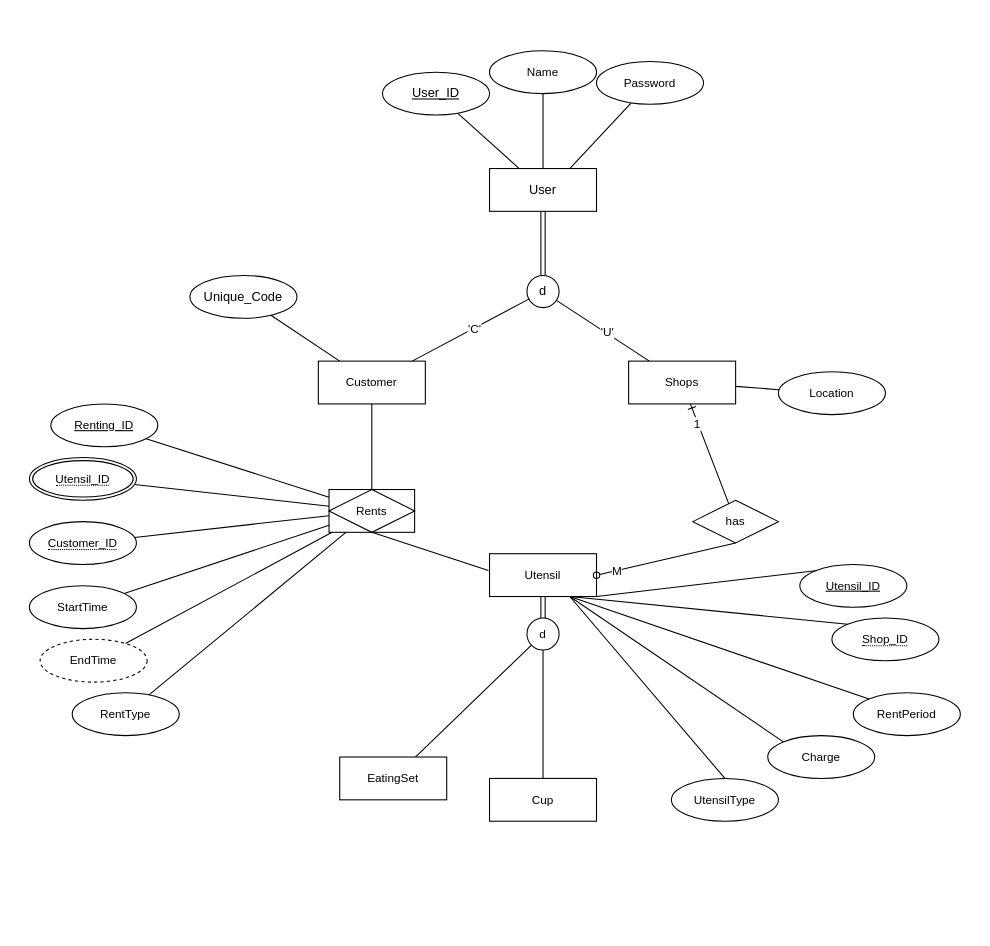
tp12356twNccu/OOP_1122_finalProject_Group12 keeps this draw.io diagram as page "Page-1" (1 of 3) of ERD.drawio. Above is the earlier version. Source tidied: cells renumbered, new cells numbered last; positions are measured from the earlier drawing's top-left corner, leaving out a move shared by most shapes. Both pictures are drawn from the tidied source at 107%, with x=0, y=0 at pixel (29, 50).
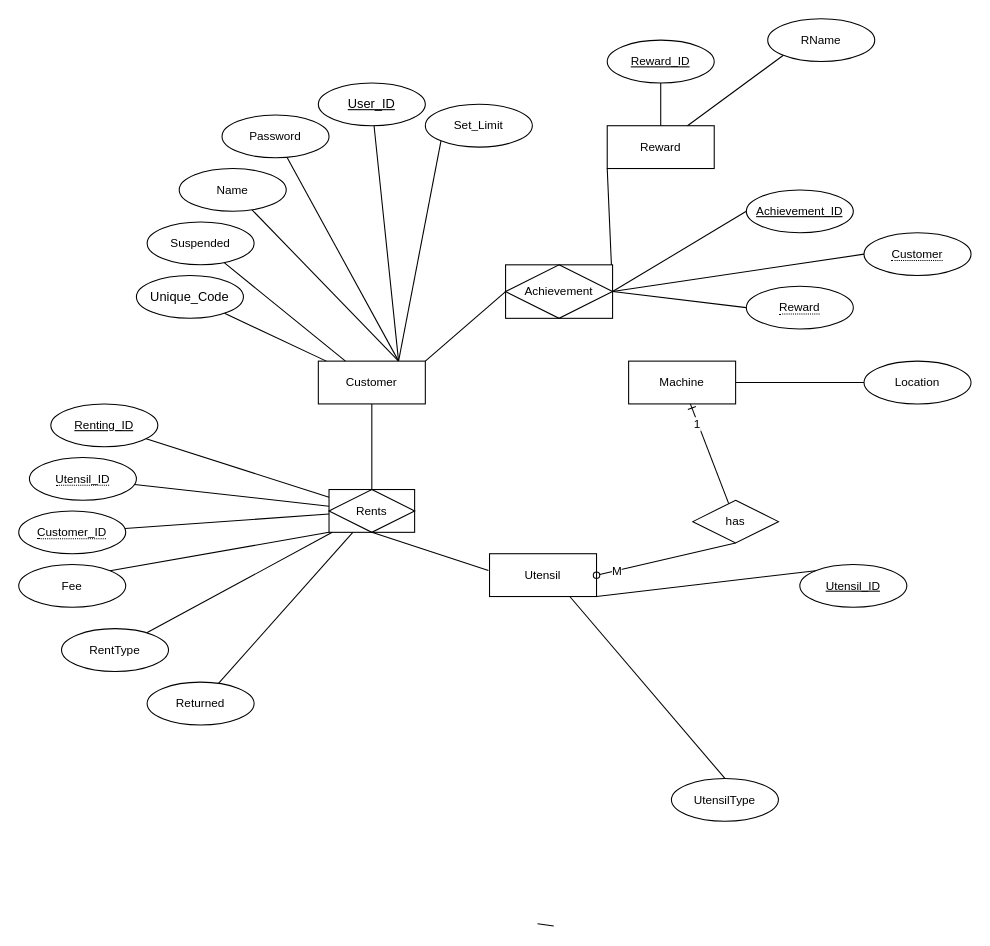
Above is the later version.

The change refers to these unchanged cells:
```xml
<mxCell id="14" value="Customer" style="whiteSpace=wrap;html=1;align=center;fontFamily=Helvetica;fontSize=11;fontColor=default;labelBackgroundColor=default;" parent="1" vertex="1">
  <mxGeometry x="270" y="290" width="100" height="40" as="geometry" />
</mxCell>
<mxCell id="19" value="Utensil" style="whiteSpace=wrap;html=1;align=center;fontFamily=Helvetica;fontSize=11;fontColor=default;labelBackgroundColor=default;" parent="1" vertex="1">
  <mxGeometry x="430" y="470" width="100" height="40" as="geometry" />
</mxCell>
<mxCell id="31" value="Rents" style="shape=associativeEntity;whiteSpace=wrap;html=1;align=center;fontFamily=Helvetica;fontSize=11;fontColor=default;labelBackgroundColor=default;" parent="1" vertex="1">
  <mxGeometry x="280" y="410" width="80" height="40" as="geometry" />
</mxCell>
```

The edit, as a diff of the source:
```diff
@@
-    <mxCell id="2" style="edgeStyle=none;rounded=0;jettySize=auto;html=1;strokeColor=default;align=center;verticalAlign=middle;fontFamily=Helvetica;fontSize=11;fontColor=default;labelBackgroundColor=default;endArrow=none;endFill=0;shape=link;" parent="1" edge="1" source="3" target="10">
-      <mxGeometry relative="1" as="geometry" />
-    </mxCell>
-    <mxCell id="3" value="User" style="whiteSpace=wrap;html=1;align=center;" parent="1" vertex="1">
-      <mxGeometry x="430" y="110" width="100" height="40" as="geometry" />
-    </mxCell>
-    <mxCell id="4" style="rounded=0;jettySize=auto;html=1;endArrow=none;endFill=0;" parent="1" edge="1" source="5" target="3">
+    <mxCell id="4" style="rounded=0;jettySize=auto;html=1;endArrow=none;endFill=0;entryX=0.75;entryY=0;entryDx=0;entryDy=0;" parent="1" edge="1" source="5" target="14">
       <mxGeometry relative="1" as="geometry" />
     </mxCell>
     <mxCell id="5" value="&lt;u&gt;User_ID&lt;/u&gt;" style="ellipse;whiteSpace=wrap;html=1;align=center;" parent="1" vertex="1">
-      <mxGeometry x="330" y="20" width="100" height="40" as="geometry" />
+      <mxGeometry x="270" y="30" width="100" height="40" as="geometry" />
     </mxCell>
-    <mxCell id="6" style="edgeStyle=none;rounded=0;jettySize=auto;html=1;strokeColor=default;align=center;verticalAlign=middle;fontFamily=Helvetica;fontSize=11;fontColor=default;labelBackgroundColor=default;endArrow=none;endFill=0;" parent="1" edge="1" source="7" target="3">
+    <mxCell id="6" style="edgeStyle=none;rounded=0;jettySize=auto;html=1;strokeColor=default;align=center;verticalAlign=middle;fontFamily=Helvetica;fontSize=11;fontColor=default;labelBackgroundColor=default;endArrow=none;endFill=0;entryX=0.75;entryY=0;entryDx=0;entryDy=0;" parent="1" edge="1" source="7" target="14">
       <mxGeometry relative="1" as="geometry" />
     </mxCell>
     <mxCell id="7" value="Name" style="ellipse;whiteSpace=wrap;html=1;align=center;fontFamily=Helvetica;fontSize=11;fontColor=default;labelBackgroundColor=default;" parent="1" vertex="1">
-      <mxGeometry x="430" width="100" height="40" as="geometry" />
+      <mxGeometry x="140" y="110" width="100" height="40" as="geometry" />
     </mxCell>
-    <mxCell id="8" style="edgeStyle=none;rounded=0;jettySize=auto;html=1;strokeColor=default;align=center;verticalAlign=middle;fontFamily=Helvetica;fontSize=11;fontColor=default;labelBackgroundColor=default;endArrow=none;endFill=0;entryX=0.75;entryY=0;entryDx=0;entryDy=0;" parent="1" edge="1" source="9" target="3">
+    <mxCell id="8" style="edgeStyle=none;rounded=0;jettySize=auto;html=1;strokeColor=default;align=center;verticalAlign=middle;fontFamily=Helvetica;fontSize=11;fontColor=default;labelBackgroundColor=default;endArrow=none;endFill=0;entryX=0.75;entryY=0;entryDx=0;entryDy=0;" parent="1" edge="1" source="9" target="14">
       <mxGeometry relative="1" as="geometry" />
     </mxCell>
     <mxCell id="9" value="Password" style="ellipse;whiteSpace=wrap;html=1;align=center;fontFamily=Helvetica;fontSize=11;fontColor=default;labelBackgroundColor=default;" parent="1" vertex="1">
-      <mxGeometry x="530" y="10" width="100" height="40" as="geometry" />
+      <mxGeometry x="180" y="60" width="100" height="40" as="geometry" />
     </mxCell>
-    <mxCell id="10" value="d" style="ellipse;whiteSpace=wrap;html=1;" parent="1" vertex="1">
-      <mxGeometry x="465" y="210" width="30" height="30" as="geometry" />
-    </mxCell>
-    <mxCell id="11" style="edgeStyle=none;rounded=0;jettySize=auto;html=1;strokeColor=default;align=center;verticalAlign=middle;fontFamily=Helvetica;fontSize=11;fontColor=default;labelBackgroundColor=default;endArrow=none;endFill=0;" parent="1" edge="1" source="14" target="10">
-      <mxGeometry relative="1" as="geometry" />
-    </mxCell>
-    <mxCell id="12" value="'C'" style="edgeLabel;html=1;align=center;verticalAlign=middle;fontFamily=Helvetica;fontSize=11;fontColor=default;labelBackgroundColor=default;" parent="11" vertex="1">
-      <mxGeometry x="0.07" relative="1" as="geometry" />
-    </mxCell>
@@
+    <mxCell id="59" style="edgeStyle=none;rounded=0;jettySize=auto;html=1;exitX=1;exitY=0;exitDx=0;exitDy=0;entryX=0;entryY=0.5;entryDx=0;entryDy=0;strokeColor=default;align=center;verticalAlign=middle;fontFamily=Helvetica;fontSize=11;fontColor=default;labelBackgroundColor=default;endArrow=none;endFill=0;" parent="1" edge="1" source="14" target="70">
+      <mxGeometry relative="1" as="geometry" />
+    </mxCell>
@@
-    <mxCell id="15" style="edgeStyle=none;rounded=0;jettySize=auto;html=1;strokeColor=default;align=center;verticalAlign=middle;fontFamily=Helvetica;fontSize=11;fontColor=default;labelBackgroundColor=default;endArrow=none;endFill=0;" parent="1" edge="1" source="16" target="10">
-      <mxGeometry relative="1" as="geometry" />
-    </mxCell>
-    <mxCell id="16" value="Shops" style="whiteSpace=wrap;html=1;align=center;fontFamily=Helvetica;fontSize=11;fontColor=default;labelBackgroundColor=default;" parent="1" vertex="1">
+    <mxCell id="16" value="Machine" style="whiteSpace=wrap;html=1;align=center;fontFamily=Helvetica;fontSize=11;fontColor=default;labelBackgroundColor=default;" parent="1" vertex="1">
       <mxGeometry x="560" y="290" width="100" height="40" as="geometry" />
     </mxCell>
-    <mxCell id="17" style="edgeStyle=none;rounded=0;jettySize=auto;html=1;strokeColor=default;align=center;verticalAlign=middle;fontFamily=Helvetica;fontSize=11;fontColor=default;labelBackgroundColor=default;endArrow=none;endFill=0;shape=link;" parent="1" edge="1" source="19" target="20">
-      <mxGeometry relative="1" as="geometry" />
-    </mxCell>
-    <mxCell id="18" style="edgeStyle=none;rounded=0;jettySize=auto;html=1;exitX=0.75;exitY=1;exitDx=0;exitDy=0;entryX=0;entryY=0;entryDx=0;entryDy=0;strokeColor=default;align=center;verticalAlign=middle;fontFamily=Helvetica;fontSize=11;fontColor=default;labelBackgroundColor=default;endArrow=none;endFill=0;" parent="1" edge="1" source="19" target="41">
-      <mxGeometry relative="1" as="geometry" />
-    </mxCell>
@@
-    <mxCell id="20" value="d" style="ellipse;whiteSpace=wrap;html=1;fontSize=11;labelBackgroundColor=default;" parent="1" vertex="1">
-      <mxGeometry x="465" y="530" width="30" height="30" as="geometry" />
-    </mxCell>
-    <mxCell id="21" style="edgeStyle=none;rounded=0;jettySize=auto;html=1;strokeColor=default;align=center;verticalAlign=middle;fontFamily=Helvetica;fontSize=11;fontColor=default;labelBackgroundColor=default;endArrow=none;endFill=0;" parent="1" edge="1" source="22" target="20">
-      <mxGeometry relative="1" as="geometry" />
-    </mxCell>
-    <mxCell id="22" value="EatingSet" style="whiteSpace=wrap;html=1;align=center;fontFamily=Helvetica;fontSize=11;fontColor=default;labelBackgroundColor=default;" parent="1" vertex="1">
-      <mxGeometry x="290" y="660" width="100" height="40" as="geometry" />
-    </mxCell>
-    <mxCell id="23" style="edgeStyle=none;rounded=0;jettySize=auto;html=1;strokeColor=default;align=center;verticalAlign=middle;fontFamily=Helvetica;fontSize=11;fontColor=default;labelBackgroundColor=default;endArrow=none;endFill=0;" parent="1" edge="1" source="24" target="20">
-      <mxGeometry relative="1" as="geometry" />
-    </mxCell>
-    <mxCell id="24" value="Cup" style="whiteSpace=wrap;html=1;align=center;fontFamily=Helvetica;fontSize=11;fontColor=default;labelBackgroundColor=default;" parent="1" vertex="1">
-      <mxGeometry x="430" y="680" width="100" height="40" as="geometry" />
-    </mxCell>
-    <mxCell id="25" style="edgeStyle=none;rounded=0;orthogonalLoop=1;jettySize=auto;html=1;exitX=0.5;exitY=0;exitDx=0;exitDy=0;strokeColor=default;align=center;verticalAlign=middle;fontFamily=Helvetica;fontSize=11;fontColor=default;labelBackgroundColor=default;endArrow=none;endFill=0;" parent="1" edge="1" source="24" target="24">
-      <mxGeometry relative="1" as="geometry" />
-    </mxCell>
@@
-    <mxCell id="33" style="edgeStyle=none;rounded=0;jettySize=auto;html=1;strokeColor=default;align=center;verticalAlign=middle;fontFamily=Helvetica;fontSize=11;fontColor=default;labelBackgroundColor=default;endArrow=none;endFill=0;" parent="1" edge="1" source="34" target="31">
-      <mxGeometry relative="1" as="geometry" />
-    </mxCell>
-    <mxCell id="34" value="StartTime" style="ellipse;whiteSpace=wrap;html=1;align=center;fontFamily=Helvetica;fontSize=11;fontColor=default;labelBackgroundColor=default;" parent="1" vertex="1">
-      <mxGeometry y="500" width="100" height="40" as="geometry" />
-    </mxCell>
-    <mxCell id="35" style="edgeStyle=none;rounded=0;jettySize=auto;html=1;strokeColor=default;align=center;verticalAlign=middle;fontFamily=Helvetica;fontSize=11;fontColor=default;labelBackgroundColor=default;endArrow=none;endFill=0;" parent="1" edge="1" source="36" target="31">
-      <mxGeometry relative="1" as="geometry" />
-    </mxCell>
-    <mxCell id="36" value="EndTime" style="whiteSpace=wrap;html=1;align=center;fontFamily=Helvetica;fontSize=11;fontColor=default;labelBackgroundColor=default;shape=ellipse;perimeter=ellipsePerimeter;dashed=1;" parent="1" vertex="1">
-      <mxGeometry x="10" y="550" width="100" height="40" as="geometry" />
-    </mxCell>
@@
-    <mxCell id="41" value="&lt;span style=&quot;border-bottom: 1px dotted&quot;&gt;Shop_ID&lt;/span&gt;" style="ellipse;whiteSpace=wrap;html=1;align=center;fontFamily=Helvetica;fontSize=11;fontColor=default;labelBackgroundColor=default;" parent="1" vertex="1">
-      <mxGeometry x="750" y="530" width="100" height="40" as="geometry" />
-    </mxCell>
-    <mxCell id="42" style="edgeStyle=none;rounded=0;jettySize=auto;html=1;exitX=0;exitY=0;exitDx=0;exitDy=0;entryX=0.75;entryY=1;entryDx=0;entryDy=0;strokeColor=default;align=center;verticalAlign=middle;fontFamily=Helvetica;fontSize=11;fontColor=default;labelBackgroundColor=default;endArrow=none;endFill=0;" parent="1" edge="1" source="43" target="19">
-      <mxGeometry relative="1" as="geometry" />
-    </mxCell>
-    <mxCell id="43" value="RentPeriod" style="ellipse;whiteSpace=wrap;html=1;align=center;fontFamily=Helvetica;fontSize=11;fontColor=default;labelBackgroundColor=default;" parent="1" vertex="1">
-      <mxGeometry x="770" y="600" width="100" height="40" as="geometry" />
-    </mxCell>
@@
-    <mxCell id="45" value="&lt;span style=&quot;border-bottom: 1px dotted&quot;&gt;Utensil_ID&lt;/span&gt;" style="whiteSpace=wrap;html=1;align=center;fontFamily=Helvetica;fontSize=11;fontColor=default;labelBackgroundColor=default;shape=doubleEllipse;perimeter=ellipsePerimeter;margin=3;" parent="1" vertex="1">
+    <mxCell id="45" value="&lt;span style=&quot;border-bottom: 1px dotted&quot;&gt;Utensil_ID&lt;/span&gt;" style="whiteSpace=wrap;html=1;align=center;fontFamily=Helvetica;fontSize=11;fontColor=default;labelBackgroundColor=default;shape=ellipse;margin=3;perimeter=ellipsePerimeter;" parent="1" vertex="1">
       <mxGeometry y="380" width="100" height="40" as="geometry" />
     </mxCell>
@@
     <mxCell id="47" value="&lt;span style=&quot;border-bottom: 1px dotted&quot;&gt;Customer_ID&lt;/span&gt;" style="ellipse;whiteSpace=wrap;html=1;align=center;fontFamily=Helvetica;fontSize=11;fontColor=default;labelBackgroundColor=default;" parent="1" vertex="1">
-      <mxGeometry y="440" width="100" height="40" as="geometry" />
+      <mxGeometry x="-10" y="430" width="100" height="40" as="geometry" />
     </mxCell>
@@
     <mxCell id="49" value="RentType" style="ellipse;whiteSpace=wrap;html=1;align=center;fontFamily=Helvetica;fontSize=11;fontColor=default;labelBackgroundColor=default;" parent="1" vertex="1">
-      <mxGeometry x="40" y="600" width="100" height="40" as="geometry" />
+      <mxGeometry x="30" y="540" width="100" height="40" as="geometry" />
     </mxCell>
-    <mxCell id="50" style="edgeStyle=none;rounded=0;jettySize=auto;html=1;exitX=0;exitY=0;exitDx=0;exitDy=0;entryX=0.75;entryY=1;entryDx=0;entryDy=0;strokeColor=default;align=center;verticalAlign=middle;fontFamily=Helvetica;fontSize=11;fontColor=default;labelBackgroundColor=default;endArrow=none;endFill=0;" parent="1" edge="1" source="51" target="19">
-      <mxGeometry relative="1" as="geometry" />
-    </mxCell>
-    <mxCell id="51" value="Charge" style="ellipse;whiteSpace=wrap;html=1;align=center;fontFamily=Helvetica;fontSize=11;fontColor=default;labelBackgroundColor=default;" parent="1" vertex="1">
-      <mxGeometry x="690" y="640" width="100" height="40" as="geometry" />
-    </mxCell>
@@
     <mxCell id="55" value="Location" style="ellipse;whiteSpace=wrap;html=1;align=center;fontFamily=Helvetica;fontSize=11;fontColor=default;labelBackgroundColor=default;" parent="1" vertex="1">
-      <mxGeometry x="700" y="300" width="100" height="40" as="geometry" />
+      <mxGeometry x="780" y="290" width="100" height="40" as="geometry" />
     </mxCell>
-    <mxCell id="56" value="'U'" style="text;html=1;align=center;verticalAlign=middle;strokeColor=none;fillColor=none;fontFamily=Helvetica;fontSize=11;fontColor=default;labelBackgroundColor=default;" parent="1" vertex="1">
-      <mxGeometry x="520" y="248" width="40" height="30" as="geometry" />
-    </mxCell>
@@
     <mxCell id="58" value="Unique_Code" style="ellipse;whiteSpace=wrap;html=1;align=center;" parent="1" vertex="1">
-      <mxGeometry x="150" y="210" width="100" height="40" as="geometry" />
+      <mxGeometry x="100" y="210" width="100" height="40" as="geometry" />
     </mxCell>
+    <mxCell id="60" style="edgeStyle=none;rounded=0;jettySize=auto;html=1;strokeColor=default;align=center;verticalAlign=middle;fontFamily=Helvetica;fontSize=11;fontColor=default;labelBackgroundColor=default;endArrow=none;endFill=0;" parent="1" edge="1" source="61" target="14">
+      <mxGeometry relative="1" as="geometry" />
+    </mxCell>
+    <mxCell id="61" value="Suspended" style="ellipse;whiteSpace=wrap;html=1;align=center;fontFamily=Helvetica;fontSize=11;fontColor=default;labelBackgroundColor=default;" parent="1" vertex="1">
+      <mxGeometry x="110" y="160" width="100" height="40" as="geometry" />
+    </mxCell>
+    <mxCell id="62" style="edgeStyle=none;rounded=0;jettySize=auto;html=1;exitX=1;exitY=0;exitDx=0;exitDy=0;entryX=0;entryY=1;entryDx=0;entryDy=0;strokeColor=default;align=center;verticalAlign=middle;fontFamily=Helvetica;fontSize=11;fontColor=default;labelBackgroundColor=default;endArrow=none;endFill=0;" parent="1" edge="1" source="63" target="31">
+      <mxGeometry relative="1" as="geometry" />
+    </mxCell>
+    <mxCell id="63" value="Fee" style="ellipse;whiteSpace=wrap;html=1;align=center;fontFamily=Helvetica;fontSize=11;fontColor=default;labelBackgroundColor=default;" parent="1" vertex="1">
+      <mxGeometry x="-10" y="480" width="100" height="40" as="geometry" />
+    </mxCell>
+    <mxCell id="64" style="edgeStyle=none;rounded=0;jettySize=auto;html=1;strokeColor=default;align=center;verticalAlign=middle;fontFamily=Helvetica;fontSize=11;fontColor=default;labelBackgroundColor=default;endArrow=none;endFill=0;" parent="1" edge="1" source="65" target="31">
+      <mxGeometry relative="1" as="geometry" />
+    </mxCell>
+    <mxCell id="65" value="Returned" style="ellipse;whiteSpace=wrap;html=1;align=center;fontFamily=Helvetica;fontSize=11;fontColor=default;labelBackgroundColor=default;" parent="1" vertex="1">
+      <mxGeometry x="110" y="590" width="100" height="40" as="geometry" />
+    </mxCell>
+    <mxCell id="66" style="edgeStyle=none;rounded=0;jettySize=auto;html=1;exitX=0;exitY=1;exitDx=0;exitDy=0;entryX=0.75;entryY=0;entryDx=0;entryDy=0;strokeColor=default;align=center;verticalAlign=middle;fontFamily=Helvetica;fontSize=11;fontColor=default;labelBackgroundColor=default;endArrow=none;endFill=0;" parent="1" edge="1" source="67" target="14">
+      <mxGeometry relative="1" as="geometry" />
+    </mxCell>
+    <mxCell id="67" value="Set_Limit" style="ellipse;whiteSpace=wrap;html=1;align=center;fontFamily=Helvetica;fontSize=11;fontColor=default;labelBackgroundColor=default;" parent="1" vertex="1">
+      <mxGeometry x="370" y="50" width="100" height="40" as="geometry" />
+    </mxCell>
+    <mxCell id="68" value="Reward" style="whiteSpace=wrap;html=1;align=center;fontFamily=Helvetica;fontSize=11;fontColor=default;labelBackgroundColor=default;" parent="1" vertex="1">
+      <mxGeometry x="540" y="70" width="100" height="40" as="geometry" />
+    </mxCell>
+    <mxCell id="69" style="edgeStyle=none;rounded=0;jettySize=auto;html=1;exitX=1;exitY=0.5;exitDx=0;exitDy=0;entryX=0;entryY=1;entryDx=0;entryDy=0;strokeColor=default;align=center;verticalAlign=middle;fontFamily=Helvetica;fontSize=11;fontColor=default;labelBackgroundColor=default;endArrow=none;endFill=0;" parent="1" edge="1" source="70" target="68">
+      <mxGeometry relative="1" as="geometry" />
+    </mxCell>
+    <mxCell id="70" value="Achievement" style="shape=associativeEntity;whiteSpace=wrap;html=1;align=center;fontFamily=Helvetica;fontSize=11;fontColor=default;labelBackgroundColor=default;" parent="1" vertex="1">
+      <mxGeometry x="445" y="200" width="100" height="50" as="geometry" />
+    </mxCell>
+    <mxCell id="71" style="edgeStyle=none;rounded=0;jettySize=auto;html=1;exitX=0;exitY=1;exitDx=0;exitDy=0;entryX=0.75;entryY=0;entryDx=0;entryDy=0;strokeColor=default;align=center;verticalAlign=middle;fontFamily=Helvetica;fontSize=11;fontColor=default;labelBackgroundColor=default;endArrow=none;endFill=0;" parent="1" edge="1" source="72" target="68">
+      <mxGeometry relative="1" as="geometry" />
+    </mxCell>
+    <mxCell id="72" value="RName" style="ellipse;whiteSpace=wrap;html=1;align=center;fontFamily=Helvetica;fontSize=11;fontColor=default;labelBackgroundColor=default;" parent="1" vertex="1">
+      <mxGeometry x="690" y="-30" width="100" height="40" as="geometry" />
+    </mxCell>
+    <mxCell id="73" style="edgeStyle=none;rounded=0;jettySize=auto;html=1;strokeColor=default;align=center;verticalAlign=middle;fontFamily=Helvetica;fontSize=11;fontColor=default;labelBackgroundColor=default;endArrow=none;endFill=0;" parent="1" edge="1" source="74" target="68">
+      <mxGeometry relative="1" as="geometry" />
+    </mxCell>
+    <mxCell id="74" value="Reward_ID" style="whiteSpace=wrap;html=1;align=center;fontFamily=Helvetica;fontSize=11;fontColor=default;labelBackgroundColor=default;shape=ellipse;perimeter=ellipsePerimeter;fontStyle=4;" parent="1" vertex="1">
+      <mxGeometry x="540" y="-10" width="100" height="40" as="geometry" />
+    </mxCell>
+    <mxCell id="75" style="edgeStyle=none;rounded=0;jettySize=auto;html=1;exitX=0;exitY=0.5;exitDx=0;exitDy=0;entryX=1;entryY=0.5;entryDx=0;entryDy=0;strokeColor=default;align=center;verticalAlign=middle;fontFamily=Helvetica;fontSize=11;fontColor=default;labelBackgroundColor=default;endArrow=none;endFill=0;" parent="1" edge="1" source="76" target="70">
+      <mxGeometry relative="1" as="geometry" />
+    </mxCell>
+    <mxCell id="76" value="Achievement_ID" style="whiteSpace=wrap;html=1;align=center;fontFamily=Helvetica;fontSize=11;fontColor=default;labelBackgroundColor=default;shape=ellipse;perimeter=ellipsePerimeter;fontStyle=4;" parent="1" vertex="1">
+      <mxGeometry x="670" y="130" width="100" height="40" as="geometry" />
+    </mxCell>
+    <mxCell id="77" style="edgeStyle=none;rounded=0;jettySize=auto;html=1;exitX=0;exitY=0.5;exitDx=0;exitDy=0;strokeColor=default;align=center;verticalAlign=middle;fontFamily=Helvetica;fontSize=11;fontColor=default;labelBackgroundColor=default;endArrow=none;endFill=0;entryX=1;entryY=0.5;entryDx=0;entryDy=0;" parent="1" edge="1" source="78" target="70">
+      <mxGeometry relative="1" as="geometry" />
+    </mxCell>
+    <mxCell id="78" value="&lt;span style=&quot;border-bottom: 1px dotted&quot;&gt;Reward&lt;/span&gt;" style="ellipse;whiteSpace=wrap;html=1;align=center;fontFamily=Helvetica;fontSize=11;fontColor=default;labelBackgroundColor=default;" parent="1" vertex="1">
+      <mxGeometry x="670" y="220" width="100" height="40" as="geometry" />
+    </mxCell>
+    <mxCell id="79" style="edgeStyle=none;rounded=0;jettySize=auto;html=1;exitX=0;exitY=0.5;exitDx=0;exitDy=0;entryX=1;entryY=0.5;entryDx=0;entryDy=0;strokeColor=default;align=center;verticalAlign=middle;fontFamily=Helvetica;fontSize=11;fontColor=default;labelBackgroundColor=default;endArrow=none;endFill=0;" parent="1" edge="1" source="80" target="70">
+      <mxGeometry relative="1" as="geometry" />
+    </mxCell>
+    <mxCell id="80" value="&lt;span style=&quot;border-bottom: 1px dotted&quot;&gt;Customer&lt;/span&gt;" style="ellipse;whiteSpace=wrap;html=1;align=center;fontFamily=Helvetica;fontSize=11;fontColor=default;labelBackgroundColor=default;" parent="1" vertex="1">
+      <mxGeometry x="780" y="170" width="100" height="40" as="geometry" />
+    </mxCell>
+    <mxCell id="81" style="edgeStyle=none;rounded=0;orthogonalLoop=1;jettySize=auto;html=1;exitX=0;exitY=0;exitDx=0;exitDy=0;strokeColor=default;align=center;verticalAlign=middle;fontFamily=Helvetica;fontSize=11;fontColor=default;labelBackgroundColor=default;endArrow=none;endFill=0;" parent="1" edge="1">
+      <mxGeometry relative="1" as="geometry">
+        <mxPoint x="474.9" y="815.8" as="sourcePoint" />
+        <mxPoint x="490" y="818" as="targetPoint" />
+      </mxGeometry>
+    </mxCell>
```
